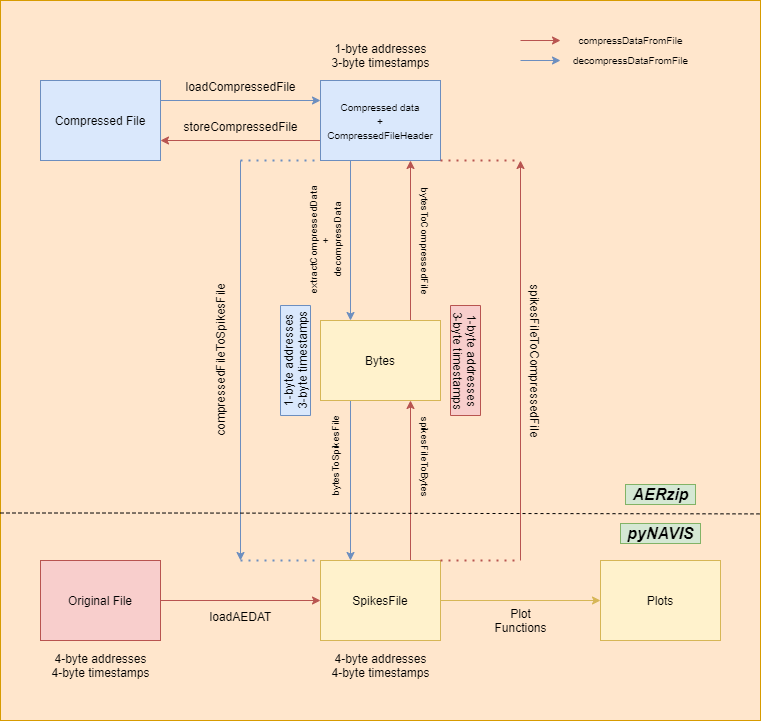
The draw.io diagram images/AERzip_Complete.png in alvayus/AERzip, before a commit. Source tidied: cells renumbered, new cells last; positions are measured from the earlier drawing's top-left corner, leaving out a move shared by most shapes. Source of this version:
```xml
<mxGraphModel>
  <root>
    <mxCell id="0" />
    <mxCell id="1" parent="0" />
    <mxCell id="2" style="rounded=0;whiteSpace=wrap;html=1;fontSize=10;fillColor=#ffe6cc;strokeColor=#d79b00;" parent="1" vertex="1">
      <mxGeometry width="760" height="720" as="geometry" />
    </mxCell>
    <mxCell id="3" style="edgeStyle=orthogonalEdgeStyle;rounded=0;jettySize=auto;html=1;exitX=0.25;exitY=1;exitDx=0;exitDy=0;entryX=0.25;entryY=0;entryDx=0;entryDy=0;fontSize=10;fillColor=#dae8fc;strokeColor=#6c8ebf;" parent="1" edge="1" source="5" target="19">
      <mxGeometry relative="1" as="geometry" />
    </mxCell>
    <mxCell id="4" style="edgeStyle=orthogonalEdgeStyle;rounded=0;jettySize=auto;html=1;exitX=0;exitY=0.75;exitDx=0;exitDy=0;entryX=1;entryY=0.75;entryDx=0;entryDy=0;fontFamily=Helvetica;fontSize=16;fontColor=#000000;endArrow=classic;endFill=1;strokeColor=#b85450;fillColor=#f8cecc;" parent="1" edge="1" source="5" target="28">
      <mxGeometry relative="1" as="geometry" />
    </mxCell>
    <mxCell id="5" value="&lt;font style=&quot;font-size: 10px&quot;&gt;Compressed data&lt;br&gt;+&lt;br&gt;CompressedFileHeader&lt;/font&gt;" style="rounded=0;whiteSpace=wrap;html=1;fillColor=#dae8fc;strokeColor=#6c8ebf;" parent="1" vertex="1">
      <mxGeometry x="320" y="80" width="120" height="80" as="geometry" />
    </mxCell>
    <mxCell id="6" style="edgeStyle=orthogonalEdgeStyle;rounded=0;jettySize=auto;html=1;exitX=1;exitY=0.5;exitDx=0;exitDy=0;entryX=0;entryY=0.5;entryDx=0;entryDy=0;fillColor=#f8cecc;strokeColor=#b85450;" parent="1" edge="1" source="7" target="12">
      <mxGeometry relative="1" as="geometry" />
    </mxCell>
    <mxCell id="7" value="Original File" style="rounded=0;whiteSpace=wrap;html=1;fillColor=#f8cecc;strokeColor=#b85450;" parent="1" vertex="1">
      <mxGeometry x="40" y="560" width="120" height="80" as="geometry" />
    </mxCell>
    <mxCell id="8" value="1-byte addresses&lt;br&gt;3-byte timestamps" style="text;html=1;align=center;verticalAlign=middle;strokeColor=none;fillColor=none;" parent="1" vertex="1">
      <mxGeometry x="325" y="40" width="110" height="30" as="geometry" />
    </mxCell>
    <mxCell id="9" value="4-byte addresses&lt;br&gt;4-byte timestamps" style="text;html=1;align=center;verticalAlign=middle;strokeColor=none;fillColor=none;" parent="1" vertex="1">
      <mxGeometry x="45" y="650" width="110" height="30" as="geometry" />
    </mxCell>
    <mxCell id="10" style="edgeStyle=orthogonalEdgeStyle;rounded=0;jettySize=auto;html=1;exitX=1;exitY=0.5;exitDx=0;exitDy=0;entryX=0;entryY=0.5;entryDx=0;entryDy=0;fillColor=#fff2cc;strokeColor=#d6b656;" parent="1" edge="1" source="12" target="13">
      <mxGeometry relative="1" as="geometry" />
    </mxCell>
    <mxCell id="11" style="edgeStyle=orthogonalEdgeStyle;rounded=0;jettySize=auto;html=1;exitX=0.75;exitY=0;exitDx=0;exitDy=0;entryX=0.75;entryY=1;entryDx=0;entryDy=0;fillColor=#f8cecc;strokeColor=#b85450;" parent="1" edge="1" source="12" target="19">
      <mxGeometry relative="1" as="geometry" />
    </mxCell>
    <mxCell id="12" value="SpikesFile" style="rounded=0;whiteSpace=wrap;html=1;fillColor=#fff2cc;strokeColor=#d6b656;" parent="1" vertex="1">
      <mxGeometry x="320" y="560" width="120" height="80" as="geometry" />
    </mxCell>
    <mxCell id="13" value="Plots" style="rounded=0;whiteSpace=wrap;html=1;fillColor=#fff2cc;strokeColor=#d6b656;" parent="1" vertex="1">
      <mxGeometry x="600" y="560" width="120" height="80" as="geometry" />
    </mxCell>
    <mxCell id="14" value="loadAEDAT" style="text;html=1;align=center;verticalAlign=middle;strokeColor=none;fillColor=none;" parent="1" vertex="1">
      <mxGeometry x="200" y="606" width="80" height="20" as="geometry" />
    </mxCell>
    <mxCell id="15" value="4-byte addresses&lt;br&gt;4-byte timestamps" style="text;html=1;align=center;verticalAlign=middle;strokeColor=none;fillColor=none;" parent="1" vertex="1">
      <mxGeometry x="325" y="650" width="110" height="30" as="geometry" />
    </mxCell>
    <mxCell id="16" value="spikesFileToCompressedFile&lt;br&gt;" style="text;html=1;align=center;verticalAlign=middle;strokeColor=none;fillColor=none;rotation=90;" parent="1" vertex="1">
      <mxGeometry x="450" y="350" width="170" height="20" as="geometry" />
    </mxCell>
    <mxCell id="17" style="edgeStyle=orthogonalEdgeStyle;rounded=0;jettySize=auto;html=1;exitX=0.75;exitY=0;exitDx=0;exitDy=0;entryX=0.75;entryY=1;entryDx=0;entryDy=0;fillColor=#f8cecc;strokeColor=#b85450;" parent="1" edge="1" source="19" target="5">
      <mxGeometry relative="1" as="geometry" />
    </mxCell>
    <mxCell id="18" style="edgeStyle=orthogonalEdgeStyle;rounded=0;jettySize=auto;html=1;exitX=0.25;exitY=1;exitDx=0;exitDy=0;entryX=0.25;entryY=0;entryDx=0;entryDy=0;fontSize=10;fillColor=#dae8fc;strokeColor=#6c8ebf;" parent="1" edge="1" source="19" target="12">
      <mxGeometry relative="1" as="geometry" />
    </mxCell>
    <mxCell id="19" value="Bytes" style="rounded=0;whiteSpace=wrap;html=1;fillColor=#fff2cc;strokeColor=#d6b656;" parent="1" vertex="1">
      <mxGeometry x="320" y="320" width="120" height="80" as="geometry" />
    </mxCell>
    <mxCell id="20" value="spikesFileToBytes" style="text;html=1;align=center;verticalAlign=middle;strokeColor=none;fillColor=none;rotation=90;fontSize=10;" parent="1" vertex="1">
      <mxGeometry x="375" y="446" width="100" height="20" as="geometry" />
    </mxCell>
    <mxCell id="21" value="bytesToCompressedFile" style="text;html=1;align=center;verticalAlign=middle;strokeColor=none;fillColor=none;rotation=90;fontSize=10;" parent="1" vertex="1">
      <mxGeometry x="365" y="230" width="120" height="20" as="geometry" />
    </mxCell>
    <mxCell id="22" value="Plot&lt;br&gt;Functions" style="text;html=1;align=center;verticalAlign=middle;strokeColor=none;fillColor=none;" parent="1" vertex="1">
      <mxGeometry x="485" y="605" width="70" height="30" as="geometry" />
    </mxCell>
    <mxCell id="23" value="1-byte addresses&lt;br&gt;3-byte timestamps" style="text;html=1;align=center;verticalAlign=middle;strokeColor=#b85450;fillColor=#f8cecc;rotation=90;" parent="1" vertex="1">
      <mxGeometry x="410" y="345" width="110" height="30" as="geometry" />
    </mxCell>
    <mxCell id="24" style="endArrow=classic;html=1;rounded=0;fillColor=#f8cecc;strokeColor=#b85450;" parent="1" edge="1">
      <mxGeometry relative="1" as="geometry">
        <mxPoint x="520" y="560" as="sourcePoint" />
        <mxPoint x="520" y="160" as="targetPoint" />
      </mxGeometry>
    </mxCell>
    <mxCell id="25" style="endArrow=none;dashed=1;html=1;dashPattern=1 3;strokeWidth=2;rounded=0;fillColor=#f8cecc;strokeColor=#b85450;" parent="1" edge="1">
      <mxGeometry relative="1" as="geometry">
        <mxPoint x="440" y="160" as="sourcePoint" />
        <mxPoint x="520" y="160" as="targetPoint" />
      </mxGeometry>
    </mxCell>
    <mxCell id="26" style="endArrow=none;dashed=1;html=1;dashPattern=1 3;strokeWidth=2;rounded=0;fillColor=#f8cecc;strokeColor=#b85450;" parent="1" edge="1">
      <mxGeometry relative="1" as="geometry">
        <mxPoint x="440" y="560" as="sourcePoint" />
        <mxPoint x="520" y="560" as="targetPoint" />
      </mxGeometry>
    </mxCell>
    <mxCell id="27" style="edgeStyle=orthogonalEdgeStyle;rounded=0;jettySize=auto;html=1;exitX=1;exitY=0.25;exitDx=0;exitDy=0;entryX=0;entryY=0.25;entryDx=0;entryDy=0;fontFamily=Helvetica;fontSize=16;fontColor=#000000;endArrow=classic;endFill=1;strokeColor=#6c8ebf;fillColor=#dae8fc;" parent="1" edge="1" source="28" target="5">
      <mxGeometry relative="1" as="geometry" />
    </mxCell>
    <mxCell id="28" value="Compressed File" style="rounded=0;whiteSpace=wrap;html=1;fillColor=#dae8fc;strokeColor=#6c8ebf;" parent="1" vertex="1">
      <mxGeometry x="40" y="80" width="120" height="80" as="geometry" />
    </mxCell>
    <mxCell id="29" value="loadCompressedFile" style="text;html=1;align=center;verticalAlign=middle;strokeColor=none;fillColor=none;" parent="1" vertex="1">
      <mxGeometry x="175" y="76" width="130" height="20" as="geometry" />
    </mxCell>
    <mxCell id="30" value="extractCompressedData&lt;br style=&quot;font-size: 10px;&quot;&gt;+&lt;br style=&quot;font-size: 10px;&quot;&gt;decompressData" style="text;html=1;align=center;verticalAlign=middle;strokeColor=none;fillColor=none;rotation=-90;fontSize=10;" parent="1" vertex="1">
      <mxGeometry x="265" y="220" width="120" height="40" as="geometry" />
    </mxCell>
    <mxCell id="31" value="1-byte addresses&lt;br&gt;3-byte timestamps" style="text;html=1;align=center;verticalAlign=middle;strokeColor=#6c8ebf;fillColor=#dae8fc;rotation=-90;" parent="1" vertex="1">
      <mxGeometry x="240" y="345" width="110" height="30" as="geometry" />
    </mxCell>
    <mxCell id="32" value="bytesToSpikesFile" style="text;html=1;align=center;verticalAlign=middle;strokeColor=none;fillColor=none;rotation=-90;fontSize=10;" parent="1" vertex="1">
      <mxGeometry x="285" y="446" width="100" height="20" as="geometry" />
    </mxCell>
    <mxCell id="33" style="endArrow=classic;html=1;rounded=0;fillColor=#dae8fc;strokeColor=#6c8ebf;" parent="1" edge="1">
      <mxGeometry relative="1" as="geometry">
        <mxPoint x="240" y="160" as="sourcePoint" />
        <mxPoint x="240" y="560" as="targetPoint" />
      </mxGeometry>
    </mxCell>
    <mxCell id="34" style="endArrow=none;dashed=1;html=1;dashPattern=1 3;strokeWidth=2;rounded=0;fillColor=#dae8fc;strokeColor=#6c8ebf;" parent="1" edge="1">
      <mxGeometry relative="1" as="geometry">
        <mxPoint x="240" y="160" as="sourcePoint" />
        <mxPoint x="320" y="160" as="targetPoint" />
      </mxGeometry>
    </mxCell>
    <mxCell id="35" style="endArrow=none;dashed=1;html=1;dashPattern=1 3;strokeWidth=2;rounded=0;fillColor=#dae8fc;strokeColor=#6c8ebf;" parent="1" edge="1">
      <mxGeometry relative="1" as="geometry">
        <mxPoint x="240" y="560" as="sourcePoint" />
        <mxPoint x="320" y="560" as="targetPoint" />
      </mxGeometry>
    </mxCell>
    <mxCell id="36" value="compressedFileToSpikesFile" style="text;html=1;align=center;verticalAlign=middle;strokeColor=none;fillColor=none;rotation=-90;" parent="1" vertex="1">
      <mxGeometry x="135" y="350" width="170" height="20" as="geometry" />
    </mxCell>
    <mxCell id="37" style="endArrow=classic;html=1;rounded=0;fontSize=10;fillColor=#f8cecc;strokeColor=#b85450;" parent="1" edge="1">
      <mxGeometry relative="1" as="geometry">
        <mxPoint x="520" y="40" as="sourcePoint" />
        <mxPoint x="560" y="40" as="targetPoint" />
      </mxGeometry>
    </mxCell>
    <mxCell id="38" value="compressDataFromFile" style="text;html=1;align=center;verticalAlign=middle;strokeColor=none;fillColor=none;fontSize=10;" parent="1" vertex="1">
      <mxGeometry x="570" y="30" width="120" height="20" as="geometry" />
    </mxCell>
    <mxCell id="39" style="endArrow=classic;html=1;rounded=0;fontSize=10;fillColor=#dae8fc;strokeColor=#6c8ebf;" parent="1" edge="1">
      <mxGeometry relative="1" as="geometry">
        <mxPoint x="520" y="60" as="sourcePoint" />
        <mxPoint x="560" y="60" as="targetPoint" />
      </mxGeometry>
    </mxCell>
    <mxCell id="40" value="decompressDataFromFile" style="text;html=1;align=center;verticalAlign=middle;strokeColor=none;fillColor=none;fontSize=10;" parent="1" vertex="1">
      <mxGeometry x="565" y="50" width="130" height="20" as="geometry" />
    </mxCell>
    <mxCell id="41" style="edgeStyle=orthogonalEdgeStyle;rounded=0;orthogonalLoop=1;jettySize=auto;html=1;exitX=1;exitY=0.5;exitDx=0;exitDy=0;fillColor=#f8cecc;strokeColor=#000000;endArrow=none;endFill=0;dashed=1;entryX=1;entryY=0.745;entryDx=0;entryDy=0;entryPerimeter=0;" parent="1" edge="1">
      <mxGeometry relative="1" as="geometry">
        <mxPoint y="512.5" as="sourcePoint" />
        <mxPoint x="760" y="513.4" as="targetPoint" />
        <Array as="points">
          <mxPoint x="190" y="513" />
        </Array>
      </mxGeometry>
    </mxCell>
    <mxCell id="42" value="pyNAVIS" style="text;html=1;align=center;verticalAlign=middle;strokeColor=#82b366;fillColor=#d5e8d4;fontStyle=3;fontFamily=Helvetica;fontSize=16;" parent="1" vertex="1">
      <mxGeometry x="620" y="523" width="80" height="20" as="geometry" />
    </mxCell>
    <mxCell id="43" value="AERzip" style="text;html=1;align=center;verticalAlign=middle;strokeColor=#82b366;fillColor=#d5e8d4;fontStyle=3;fontFamily=Helvetica;fontSize=16;" parent="1" vertex="1">
      <mxGeometry x="625" y="484" width="70" height="20" as="geometry" />
    </mxCell>
    <mxCell id="44" value="storeCompressedFile" style="text;html=1;align=center;verticalAlign=middle;strokeColor=none;fillColor=none;" parent="1" vertex="1">
      <mxGeometry x="175" y="116" width="130" height="20" as="geometry" />
    </mxCell>
  </root>
</mxGraphModel>
```
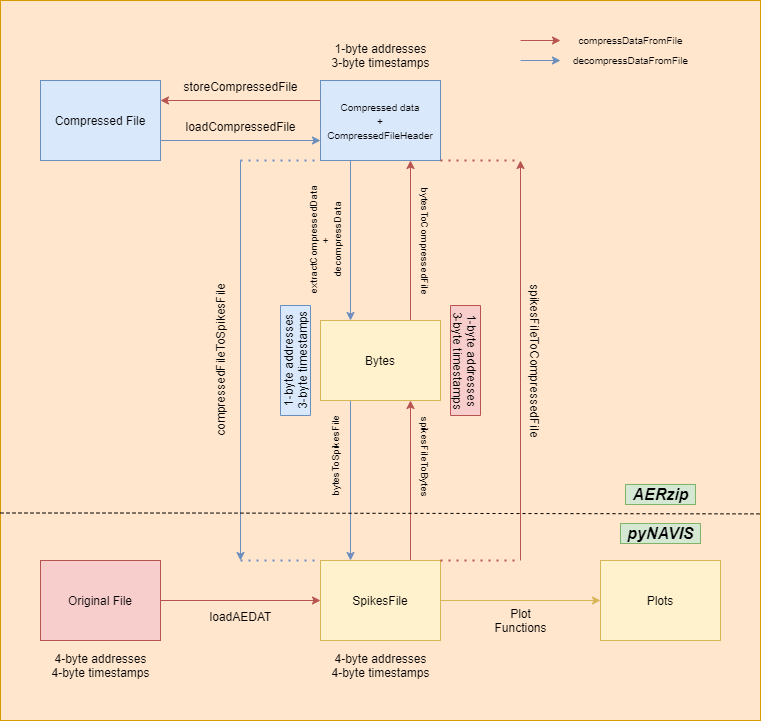
Above is the later version.

Change to the diagram source:
```diff
@@ -8,7 +8,7 @@
     <mxCell id="3" style="edgeStyle=orthogonalEdgeStyle;rounded=0;jettySize=auto;html=1;exitX=0.25;exitY=1;exitDx=0;exitDy=0;entryX=0.25;entryY=0;entryDx=0;entryDy=0;fontSize=10;fillColor=#dae8fc;strokeColor=#6c8ebf;" parent="1" edge="1" source="5" target="19">
       <mxGeometry relative="1" as="geometry" />
     </mxCell>
-    <mxCell id="4" style="edgeStyle=orthogonalEdgeStyle;rounded=0;jettySize=auto;html=1;exitX=0;exitY=0.75;exitDx=0;exitDy=0;entryX=1;entryY=0.75;entryDx=0;entryDy=0;fontFamily=Helvetica;fontSize=16;fontColor=#000000;endArrow=classic;endFill=1;strokeColor=#b85450;fillColor=#f8cecc;" parent="1" edge="1" source="5" target="28">
+    <mxCell id="4" style="edgeStyle=orthogonalEdgeStyle;rounded=0;jettySize=auto;html=1;exitX=0;exitY=0.75;exitDx=0;exitDy=0;entryX=1;entryY=0.75;entryDx=0;entryDy=0;fontFamily=Helvetica;fontSize=16;fontColor=#000000;endArrow=none;endFill=0;strokeColor=#6c8ebf;fillColor=#dae8fc;startArrow=classic;startFill=1;" parent="1" edge="1" source="5" target="28">
       <mxGeometry relative="1" as="geometry" />
     </mxCell>
     <mxCell id="5" value="&lt;font style=&quot;font-size: 10px&quot;&gt;Compressed data&lt;br&gt;+&lt;br&gt;CompressedFileHeader&lt;/font&gt;" style="rounded=0;whiteSpace=wrap;html=1;fillColor=#dae8fc;strokeColor=#6c8ebf;" parent="1" vertex="1">
@@ -86,13 +86,13 @@
         <mxPoint x="520" y="560" as="targetPoint" />
       </mxGeometry>
     </mxCell>
-    <mxCell id="27" style="edgeStyle=orthogonalEdgeStyle;rounded=0;jettySize=auto;html=1;exitX=1;exitY=0.25;exitDx=0;exitDy=0;entryX=0;entryY=0.25;entryDx=0;entryDy=0;fontFamily=Helvetica;fontSize=16;fontColor=#000000;endArrow=classic;endFill=1;strokeColor=#6c8ebf;fillColor=#dae8fc;" parent="1" edge="1" source="28" target="5">
+    <mxCell id="27" style="edgeStyle=orthogonalEdgeStyle;rounded=0;jettySize=auto;html=1;exitX=1;exitY=0.25;exitDx=0;exitDy=0;entryX=0;entryY=0.25;entryDx=0;entryDy=0;fontFamily=Helvetica;fontSize=16;fontColor=#000000;endArrow=none;endFill=0;strokeColor=#b85450;fillColor=#f8cecc;startArrow=classic;startFill=1;" parent="1" edge="1" source="28" target="5">
       <mxGeometry relative="1" as="geometry" />
     </mxCell>
     <mxCell id="28" value="Compressed File" style="rounded=0;whiteSpace=wrap;html=1;fillColor=#dae8fc;strokeColor=#6c8ebf;" parent="1" vertex="1">
       <mxGeometry x="40" y="80" width="120" height="80" as="geometry" />
     </mxCell>
-    <mxCell id="29" value="loadCompressedFile" style="text;html=1;align=center;verticalAlign=middle;strokeColor=none;fillColor=none;" parent="1" vertex="1">
+    <mxCell id="29" value="storeCompressedFile" style="text;html=1;align=center;verticalAlign=middle;strokeColor=none;fillColor=none;" parent="1" vertex="1">
       <mxGeometry x="175" y="76" width="130" height="20" as="geometry" />
     </mxCell>
     <mxCell id="30" value="extractCompressedData&lt;br style=&quot;font-size: 10px;&quot;&gt;+&lt;br style=&quot;font-size: 10px;&quot;&gt;decompressData" style="text;html=1;align=center;verticalAlign=middle;strokeColor=none;fillColor=none;rotation=-90;fontSize=10;" parent="1" vertex="1">
@@ -158,7 +158,7 @@
     <mxCell id="43" value="AERzip" style="text;html=1;align=center;verticalAlign=middle;strokeColor=#82b366;fillColor=#d5e8d4;fontStyle=3;fontFamily=Helvetica;fontSize=16;" parent="1" vertex="1">
       <mxGeometry x="625" y="484" width="70" height="20" as="geometry" />
     </mxCell>
-    <mxCell id="44" value="storeCompressedFile" style="text;html=1;align=center;verticalAlign=middle;strokeColor=none;fillColor=none;" parent="1" vertex="1">
+    <mxCell id="44" value="loadCompressedFile" style="text;html=1;align=center;verticalAlign=middle;strokeColor=none;fillColor=none;" parent="1" vertex="1">
       <mxGeometry x="175" y="116" width="130" height="20" as="geometry" />
     </mxCell>
   </root>
```
